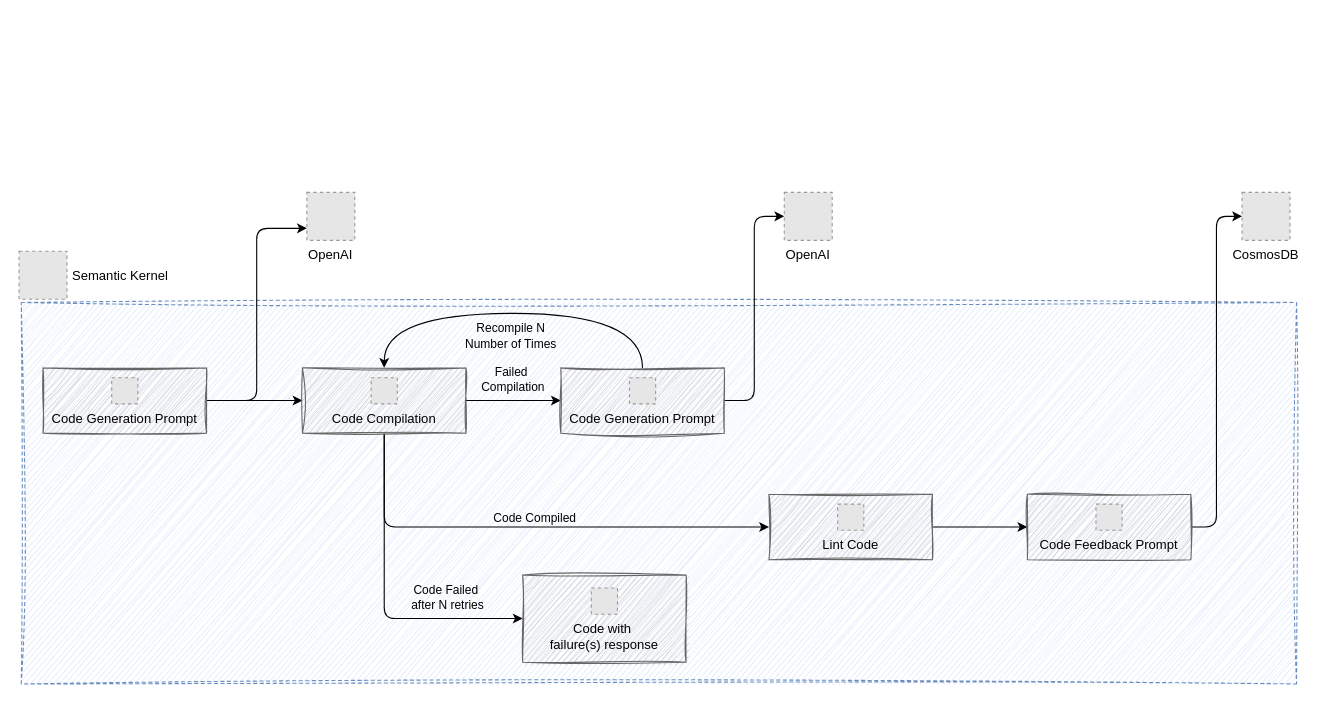
Before: page "Semantic Kernel Flow" (2 of 2) of docs/diagrams.drawio in microsoft/dsl-copilot, a draw.io diagram. Source tidied: cells renumbered, new cells numbered last; positions are measured from the earlier drawing's top-left corner, leaving out a move shared by most shapes. Both pictures are drawn from the tidied source at 109%, with x=0, y=0 at pixel (19, 192). Pictures stored in the file or linked from it are replaced by grey dashed boxes.
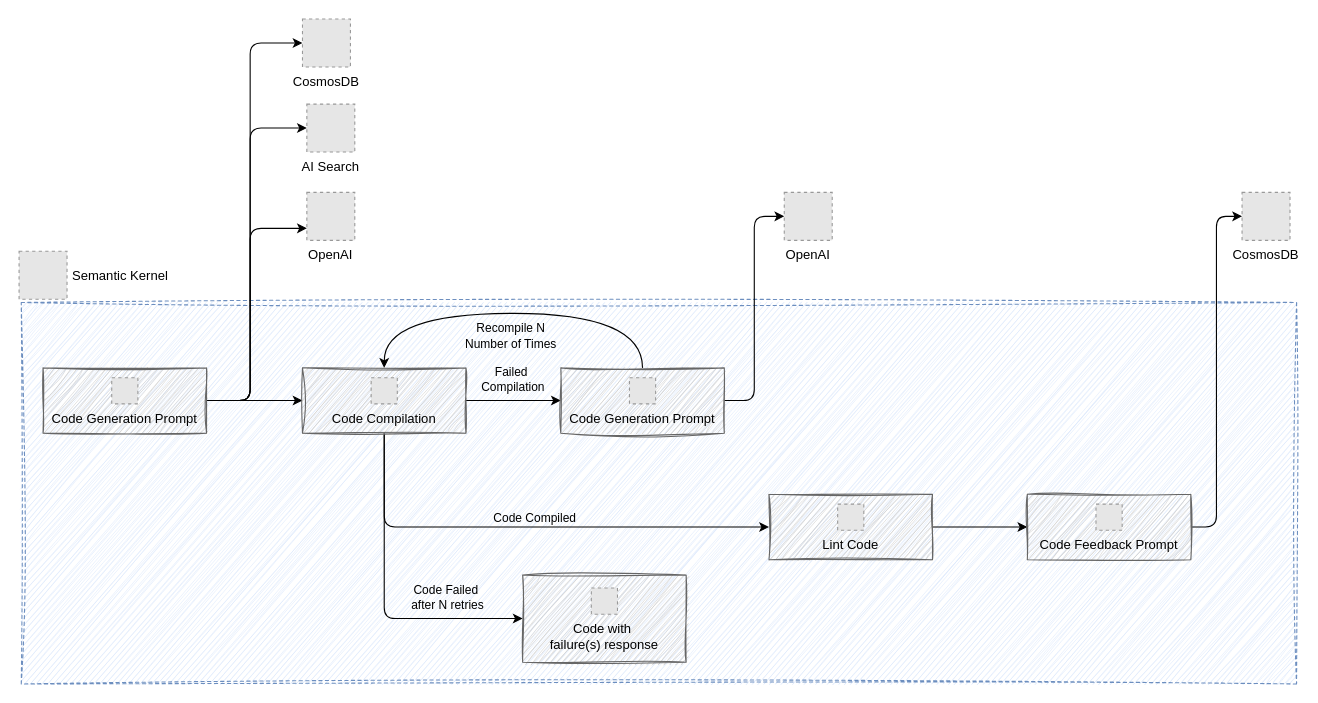
Above is the later version.

The change refers to these unchanged cells:
```xml
<mxCell id="5" value="OpenAI" style="fillColor=#E6E6E6;strokeColor=#999999;dashed=1;verticalLabelPosition=bottom;labelBackgroundColor=none;verticalAlign=top;" parent="1" vertex="1">
  <mxGeometry x="264" width="44" height="44" as="geometry" />
</mxCell>
<mxCell id="8" style="rounded=0;whiteSpace=wrap;html=1;fillColor=#CCCCCC;strokeColor=#666666;sketch=1;curveFitting=1;jiggle=2;fontColor=#333333;" parent="1" vertex="1">
  <mxGeometry x="22" y="161" width="150" height="60" as="geometry" />
</mxCell>
```

Change to the diagram source:
```diff
@@
     <mxCell id="6" style="edgeStyle=orthogonalEdgeStyle;rounded=1;jettySize=auto;html=1;entryX=0;entryY=0.75;entryDx=0;entryDy=0;curved=0;" parent="1" edge="1" source="8" target="5">
-      <mxGeometry relative="1" as="geometry" />
+      <mxGeometry relative="1" as="geometry">
+        <Array as="points">
+          <mxPoint x="212" y="191" />
+          <mxPoint x="212" y="33" />
+        </Array>
+      </mxGeometry>
     </mxCell>
@@
+    <mxCell id="32" style="edgeStyle=orthogonalEdgeStyle;rounded=1;jettySize=auto;html=1;entryX=0;entryY=0.5;entryDx=0;entryDy=0;curved=0;" parent="1" edge="1" source="8" target="34">
+      <mxGeometry relative="1" as="geometry">
+        <Array as="points">
+          <mxPoint x="212" y="191" />
+          <mxPoint x="212" y="-59" />
+        </Array>
+      </mxGeometry>
+    </mxCell>
+    <mxCell id="33" style="edgeStyle=orthogonalEdgeStyle;rounded=1;jettySize=auto;html=1;entryX=0;entryY=0.5;entryDx=0;entryDy=0;curved=0;" parent="1" edge="1" source="8" target="35">
+      <mxGeometry relative="1" as="geometry">
+        <Array as="points">
+          <mxPoint x="212" y="191" />
+          <mxPoint x="212" y="-137" />
+        </Array>
+      </mxGeometry>
+    </mxCell>
@@
+    <mxCell id="34" value="AI Search" style="fillColor=#E6E6E6;strokeColor=#999999;dashed=1;verticalLabelPosition=bottom;labelBackgroundColor=none;verticalAlign=top;" parent="1" vertex="1">
+      <mxGeometry x="264" y="-81" width="44" height="44" as="geometry" />
+    </mxCell>
+    <mxCell id="35" value="CosmosDB" style="fillColor=#E6E6E6;strokeColor=#999999;dashed=1;verticalLabelPosition=bottom;labelBackgroundColor=none;verticalAlign=top;" parent="1" vertex="1">
+      <mxGeometry x="260" y="-159" width="44" height="44" as="geometry" />
+    </mxCell>
```
